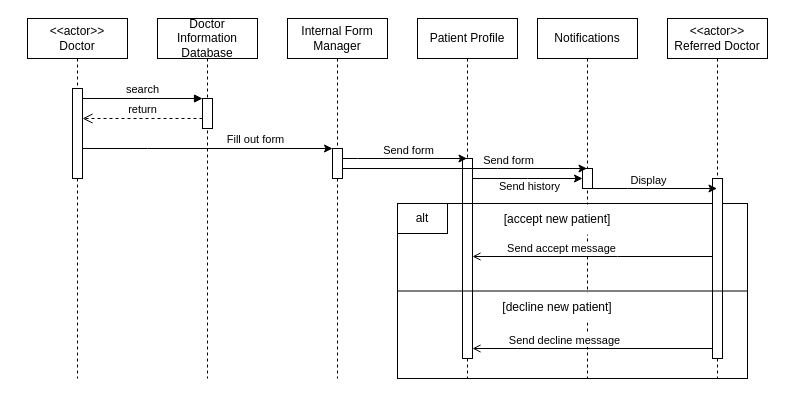
uvic-teach/project-m1-team10 keeps this draw.io diagram as Milestone-2/Sequence-Diagrams/UC3-Sequence-Diagram.drawio. Above is the earlier version. Source tidied: cells renumbered, new cells numbered last; positions are measured from the earlier drawing's top-left corner, leaving out a move shared by most shapes. Both pictures are drawn from the tidied source at 100%, with x=0, y=0 at pixel (27, 18).
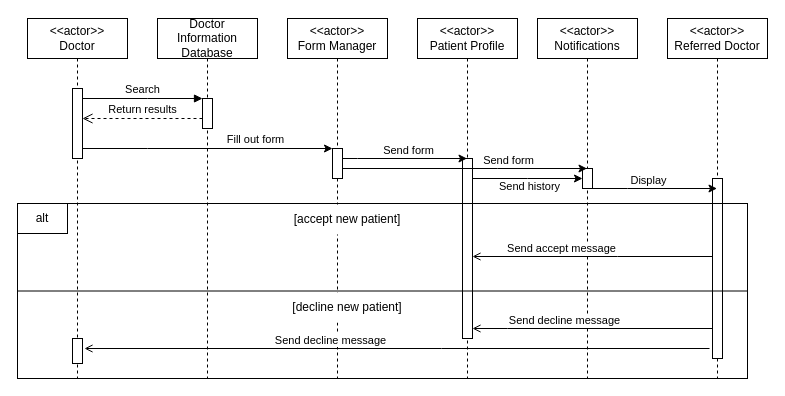
Above is the later version.

Unchanged cells that the change refers to:
```xml
<mxCell id="2" value="&amp;lt;&amp;lt;actor&amp;gt;&amp;gt;&lt;br&gt;Doctor" style="shape=umlLifeline;perimeter=lifelinePerimeter;whiteSpace=wrap;html=1;newEdgeStyle={&quot;edgeStyle&quot;:&quot;elbowEdgeStyle&quot;,&quot;elbow&quot;:&quot;vertical&quot;,&quot;curved&quot;:0,&quot;rounded&quot;:0};" parent="1" vertex="1">
  <mxGeometry width="100" height="360" as="geometry" />
</mxCell>
<mxCell id="5" style="html=1;points=[];perimeter=orthogonalPerimeter;outlineConnect=0;targetShapes=umlLifeline;portConstraint=eastwest;newEdgeStyle={&quot;edgeStyle&quot;:&quot;elbowEdgeStyle&quot;,&quot;elbow&quot;:&quot;vertical&quot;,&quot;curved&quot;:0,&quot;rounded&quot;:0};" parent="4" vertex="1">
  <mxGeometry x="45" y="80" width="10" height="30" as="geometry" />
</mxCell>
<mxCell id="23" style="html=1;points=[];perimeter=orthogonalPerimeter;outlineConnect=0;targetShapes=umlLifeline;portConstraint=eastwest;newEdgeStyle={&quot;edgeStyle&quot;:&quot;elbowEdgeStyle&quot;,&quot;elbow&quot;:&quot;vertical&quot;,&quot;curved&quot;:0,&quot;rounded&quot;:0};" parent="22" vertex="1">
  <mxGeometry x="45" y="160" width="10" height="180" as="geometry" />
</mxCell>
```

The edit, as a diff of the source:
```diff
@@
     <mxCell id="3" style="html=1;points=[];perimeter=orthogonalPerimeter;outlineConnect=0;targetShapes=umlLifeline;portConstraint=eastwest;newEdgeStyle={&quot;edgeStyle&quot;:&quot;elbowEdgeStyle&quot;,&quot;elbow&quot;:&quot;vertical&quot;,&quot;curved&quot;:0,&quot;rounded&quot;:0};" parent="2" vertex="1">
-      <mxGeometry x="45" y="70" width="10" height="90" as="geometry" />
+      <mxGeometry x="45" y="70" width="10" height="70" as="geometry" />
     </mxCell>
+    <mxCell id="35" style="html=1;perimeter=orthogonalPerimeter;targetShapes=umlLifeline;newEdgeStyle={&quot;edgeStyle&quot;:&quot;elbowEdgeStyle&quot;,&quot;elbow&quot;:&quot;vertical&quot;,&quot;curved&quot;:0,&quot;rounded&quot;:0};" parent="2" vertex="1">
+      <mxGeometry x="45" y="320" width="10" height="25" as="geometry" />
+    </mxCell>
@@
-    <mxCell id="6" value="search" style="html=1;verticalAlign=bottom;endArrow=block;edgeStyle=elbowEdgeStyle;elbow=vertical;curved=0;rounded=0;" parent="1" edge="1" source="3" target="5">
+    <mxCell id="6" value="Search" style="html=1;verticalAlign=bottom;endArrow=block;edgeStyle=elbowEdgeStyle;elbow=vertical;curved=0;rounded=0;" parent="1" edge="1" source="3" target="5">
       <mxGeometry relative="1" as="geometry">
         <Array as="points">
           <mxPoint x="120" y="80" />
         </Array>
       </mxGeometry>
     </mxCell>
-    <mxCell id="7" value="return" style="html=1;verticalAlign=bottom;endArrow=open;dashed=1;endSize=8;edgeStyle=elbowEdgeStyle;elbow=vertical;curved=0;rounded=0;" parent="1" edge="1" source="5" target="3">
+    <mxCell id="7" value="Return results" style="html=1;verticalAlign=bottom;endArrow=open;dashed=1;endSize=8;edgeStyle=elbowEdgeStyle;elbow=vertical;curved=0;rounded=0;" parent="1" edge="1" source="5" target="3">
       <mxGeometry relative="1" as="geometry">
         <Array as="points">
           <mxPoint x="80" y="100" />
           <mxPoint x="130" y="240" />
         </Array>
       </mxGeometry>
     </mxCell>
-    <mxCell id="8" value="Internal Form Manager" style="shape=umlLifeline;perimeter=lifelinePerimeter;whiteSpace=wrap;html=1;newEdgeStyle={&quot;edgeStyle&quot;:&quot;elbowEdgeStyle&quot;,&quot;elbow&quot;:&quot;vertical&quot;,&quot;curved&quot;:0,&quot;rounded&quot;:0};" parent="1" vertex="1">
+    <mxCell id="8" value="&amp;lt;&amp;lt;actor&amp;gt;&amp;gt;&lt;br&gt;Form Manager" style="shape=umlLifeline;perimeter=lifelinePerimeter;whiteSpace=wrap;html=1;newEdgeStyle={&quot;edgeStyle&quot;:&quot;elbowEdgeStyle&quot;,&quot;elbow&quot;:&quot;vertical&quot;,&quot;curved&quot;:0,&quot;rounded&quot;:0};" parent="1" vertex="1">
       <mxGeometry x="260" width="100" height="360" as="geometry" />
     </mxCell>
@@
-    <mxCell id="12" value="Patient Profile" style="shape=umlLifeline;perimeter=lifelinePerimeter;whiteSpace=wrap;html=1;outlineConnect=0;portConstraint=eastwest;newEdgeStyle={&quot;edgeStyle&quot;:&quot;elbowEdgeStyle&quot;,&quot;elbow&quot;:&quot;vertical&quot;,&quot;curved&quot;:0,&quot;rounded&quot;:0};" parent="1" vertex="1">
+    <mxCell id="12" value="&amp;lt;&amp;lt;actor&amp;gt;&amp;gt;&lt;br&gt;Patient Profile" style="shape=umlLifeline;perimeter=lifelinePerimeter;whiteSpace=wrap;html=1;outlineConnect=0;portConstraint=eastwest;newEdgeStyle={&quot;edgeStyle&quot;:&quot;elbowEdgeStyle&quot;,&quot;elbow&quot;:&quot;vertical&quot;,&quot;curved&quot;:0,&quot;rounded&quot;:0};" parent="1" vertex="1">
       <mxGeometry x="390" width="100" height="360" as="geometry" />
     </mxCell>
     <mxCell id="13" style="html=1;points=[];perimeter=orthogonalPerimeter;outlineConnect=0;targetShapes=umlLifeline;portConstraint=eastwest;newEdgeStyle={&quot;edgeStyle&quot;:&quot;elbowEdgeStyle&quot;,&quot;elbow&quot;:&quot;vertical&quot;,&quot;curved&quot;:0,&quot;rounded&quot;:0};" parent="12" vertex="1">
-      <mxGeometry x="45" y="140" width="10" height="200" as="geometry" />
+      <mxGeometry x="45" y="140" width="10" height="180" as="geometry" />
     </mxCell>
-    <mxCell id="14" style="rounded=0;whiteSpace=wrap;html=1;strokeWidth=1;perimeterSpacing=0;strokeOpacity=100;fillOpacity=0;" parent="1" vertex="1">
-      <mxGeometry x="370" y="185" width="350" height="175" as="geometry" />
-    </mxCell>
     <mxCell id="15" value="alt" style="rounded=0;whiteSpace=wrap;html=1;" parent="1" vertex="1">
-      <mxGeometry x="370" y="185" width="50" height="30" as="geometry" />
+      <mxGeometry x="-10" y="185" width="50" height="30" as="geometry" />
     </mxCell>
@@
-    <mxCell id="18" value="Notifications" style="shape=umlLifeline;perimeter=lifelinePerimeter;whiteSpace=wrap;html=1;outlineConnect=0;portConstraint=eastwest;newEdgeStyle={&quot;edgeStyle&quot;:&quot;elbowEdgeStyle&quot;,&quot;elbow&quot;:&quot;vertical&quot;,&quot;curved&quot;:0,&quot;rounded&quot;:0};" parent="1" vertex="1">
+    <mxCell id="18" value="&amp;lt;&amp;lt;actor&amp;gt;&amp;gt;&lt;br&gt;Notifications" style="shape=umlLifeline;perimeter=lifelinePerimeter;whiteSpace=wrap;html=1;outlineConnect=0;portConstraint=eastwest;newEdgeStyle={&quot;edgeStyle&quot;:&quot;elbowEdgeStyle&quot;,&quot;elbow&quot;:&quot;vertical&quot;,&quot;curved&quot;:0,&quot;rounded&quot;:0};" parent="1" vertex="1">
       <mxGeometry x="510" width="100" height="360" as="geometry" />
     </mxCell>
@@
     <mxCell id="27" value="[accept new patient]" style="rounded=0;whiteSpace=wrap;html=1;strokeWidth=1;fillOpacity=100;strokeOpacity=0;" parent="1" vertex="1">
-      <mxGeometry x="470" y="186" width="120" height="30" as="geometry" />
+      <mxGeometry x="260" y="186" width="120" height="30" as="geometry" />
     </mxCell>
     <mxCell id="28" value="[decline new patient]" style="rounded=0;whiteSpace=wrap;html=1;strokeWidth=1;fillOpacity=100;strokeOpacity=0;" parent="1" vertex="1">
-      <mxGeometry x="470" y="274" width="120" height="30" as="geometry" />
+      <mxGeometry x="260" y="274" width="120" height="30" as="geometry" />
     </mxCell>
@@
     <mxCell id="33" style="edgeStyle=orthogonalEdgeStyle;rounded=0;jettySize=auto;html=1;endArrow=open;endFill=0;" parent="1" edge="1" source="23" target="13">
       <mxGeometry relative="1" as="geometry">
         <Array as="points">
-          <mxPoint x="490" y="330" />
-          <mxPoint x="490" y="330" />
+          <mxPoint x="480" y="310" />
+          <mxPoint x="480" y="310" />
         </Array>
       </mxGeometry>
     </mxCell>
@@
+    <mxCell id="36" style="edgeStyle=elbowEdgeStyle;rounded=0;orthogonalLoop=1;jettySize=auto;html=1;elbow=vertical;curved=0;endArrow=open;endFill=0;" parent="1" edge="1">
+      <mxGeometry relative="1" as="geometry">
+        <mxPoint x="682" y="330" as="sourcePoint" />
+        <mxPoint x="57" y="330" as="targetPoint" />
+        <Array as="points">
+          <mxPoint x="414" y="330" />
+        </Array>
+      </mxGeometry>
+    </mxCell>
+    <mxCell id="37" value="Send decline message" style="edgeLabel;html=1;align=center;verticalAlign=middle;" parent="36" vertex="1">
+      <mxGeometry x="0.82" y="2" relative="1" as="geometry">
+        <mxPoint x="189" y="-11" as="offset" />
+      </mxGeometry>
+    </mxCell>
+    <mxCell id="14" style="rounded=0;whiteSpace=wrap;html=1;strokeWidth=1;perimeterSpacing=0;strokeOpacity=100;fillOpacity=0;" parent="1" vertex="1">
+      <mxGeometry x="-10" y="185" width="730" height="175" as="geometry" />
+    </mxCell>
```
